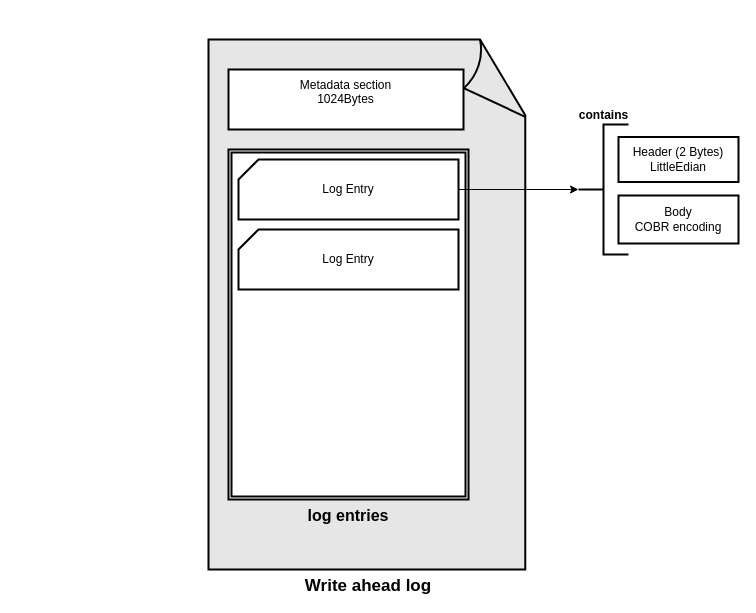
This is courses/rust/projects/project-2/design/write_ahead_log.drawio from LMJW/talent-plan, a draw.io file, before an edit. Source tidied: cells renumbered, new cells numbered last; positions are measured from the earlier drawing's top-left corner, leaving out a move shared by most shapes. Both pictures are drawn from the tidied source at 100%, with x=0, y=0 at pixel (208, 39).
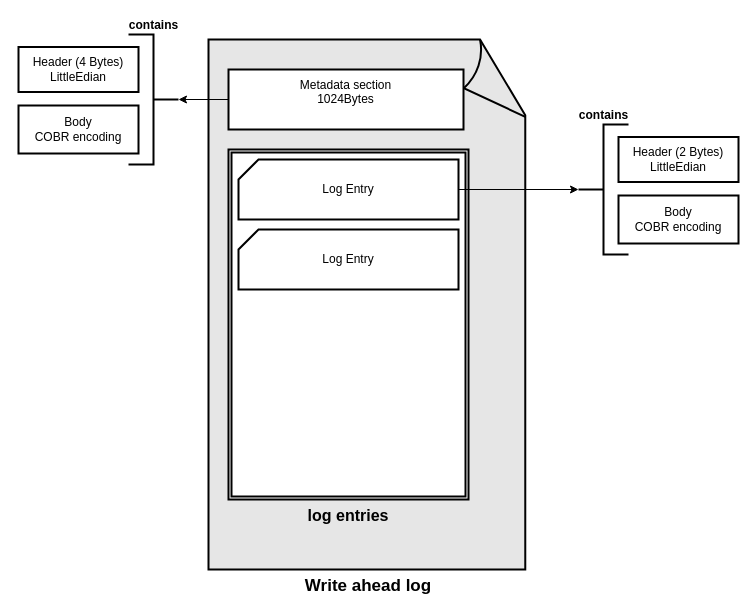
After the change.

Change to the diagram source:
```diff
@@
 <mxGraphModel>
   <root>
     <mxCell id="0" />
     <mxCell id="1" parent="0" />
     <mxCell id="2" value="&lt;font style=&quot;font-size: 17px&quot;&gt;&lt;b&gt;Write ahead log&lt;/b&gt;&lt;/font&gt;" style="shape=mxgraph.basic.document;whiteSpace=wrap;html=1;strokeColor=#000000;strokeWidth=2;verticalAlign=top;labelPosition=center;verticalLabelPosition=bottom;align=center;fillColor=#E6E6E6;" parent="1" vertex="1">
       <mxGeometry width="320" height="530" as="geometry" />
     </mxCell>
+    <mxCell id="11" style="edgeStyle=orthogonalEdgeStyle;rounded=0;jettySize=auto;html=1;entryX=0;entryY=0.5;entryDx=0;entryDy=0;entryPerimeter=0;" parent="1" edge="1" source="3" target="12">
+      <mxGeometry relative="1" as="geometry" />
+    </mxCell>
     <mxCell id="3" value="&lt;div&gt;Metadata section&lt;/div&gt;&lt;div&gt;1024Bytes&lt;br&gt;&lt;/div&gt;&lt;div&gt;&lt;br&gt;&lt;/div&gt;" style="rounded=0;whiteSpace=wrap;html=1;strokeWidth=2;" parent="1" vertex="1">
       <mxGeometry x="20" y="30" width="235" height="60" as="geometry" />
     </mxCell>
     <mxCell id="4" value="&lt;div style=&quot;font-size: 16px&quot;&gt;&lt;font style=&quot;font-size: 16px&quot;&gt;&lt;b&gt;log entries&lt;br&gt;&lt;br&gt;&lt;/b&gt;&lt;/font&gt;&lt;/div&gt;" style="shape=ext;double=1;rounded=0;whiteSpace=wrap;html=1;labelPosition=center;verticalLabelPosition=bottom;align=center;verticalAlign=top;strokeWidth=2;" parent="1" vertex="1">
       <mxGeometry x="20" y="110" width="240" height="350" as="geometry" />
     </mxCell>
     <mxCell id="5" style="edgeStyle=orthogonalEdgeStyle;rounded=0;html=1;entryX=0;entryY=0.5;entryDx=0;entryDy=0;entryPerimeter=0;jettySize=auto;fontSize=20;fontStyle=1;" parent="1" edge="1" source="6" target="8">
       <mxGeometry relative="1" as="geometry" />
     </mxCell>
     <mxCell id="6" value="Log Entry" style="verticalLabelPosition=middle;verticalAlign=middle;html=1;strokeWidth=2;shape=card;whiteSpace=wrap;size=20;arcSize=12;labelPosition=center;align=center;" parent="1" vertex="1">
       <mxGeometry x="30" y="120" width="220" height="60" as="geometry" />
     </mxCell>
     <mxCell id="7" value="Log Entry" style="verticalLabelPosition=middle;verticalAlign=middle;html=1;strokeWidth=2;shape=card;whiteSpace=wrap;size=20;arcSize=12;labelPosition=center;align=center;" parent="1" vertex="1">
       <mxGeometry x="30" y="190" width="220" height="60" as="geometry" />
     </mxCell>
     <mxCell id="8" value="&lt;b&gt;contains&lt;/b&gt;" style="strokeWidth=2;html=1;shape=mxgraph.flowchart.annotation_2;align=center;verticalAlign=bottom;labelPosition=center;verticalLabelPosition=top;" parent="1" vertex="1">
       <mxGeometry x="370" y="85" width="50" height="130" as="geometry" />
     </mxCell>
     <mxCell id="9" value="&lt;div&gt;Header (2 Bytes)&lt;/div&gt;&lt;div&gt;LittleEdian&lt;br&gt;&lt;/div&gt;" style="rounded=0;whiteSpace=wrap;html=1;strokeWidth=2;" parent="1" vertex="1">
       <mxGeometry x="410" y="97.5" width="120" height="45" as="geometry" />
     </mxCell>
     <mxCell id="10" value="&lt;div&gt;Body&lt;br&gt;&lt;/div&gt;&lt;div&gt;COBR encoding&lt;br&gt;&lt;/div&gt;" style="rounded=0;whiteSpace=wrap;html=1;strokeWidth=2;" parent="1" vertex="1">
       <mxGeometry x="410" y="156" width="120" height="48" as="geometry" />
     </mxCell>
+    <mxCell id="12" value="&lt;b&gt;contains&lt;/b&gt;" style="strokeWidth=2;html=1;shape=mxgraph.flowchart.annotation_2;align=center;verticalAlign=bottom;labelPosition=center;verticalLabelPosition=top;flipH=1;" parent="1" vertex="1">
+      <mxGeometry x="-80" y="-5" width="50" height="130" as="geometry" />
+    </mxCell>
+    <mxCell id="13" value="&lt;div&gt;Header (4 Bytes)&lt;/div&gt;&lt;div&gt;LittleEdian&lt;br&gt;&lt;/div&gt;" style="rounded=0;whiteSpace=wrap;html=1;strokeWidth=2;" parent="1" vertex="1">
+      <mxGeometry x="-190" y="7.5" width="120" height="45" as="geometry" />
+    </mxCell>
+    <mxCell id="14" value="&lt;div&gt;Body&lt;br&gt;&lt;/div&gt;&lt;div&gt;COBR encoding&lt;br&gt;&lt;/div&gt;" style="rounded=0;whiteSpace=wrap;html=1;strokeWidth=2;" parent="1" vertex="1">
+      <mxGeometry x="-190" y="66" width="120" height="48" as="geometry" />
+    </mxCell>
   </root>
 </mxGraphModel>
```
